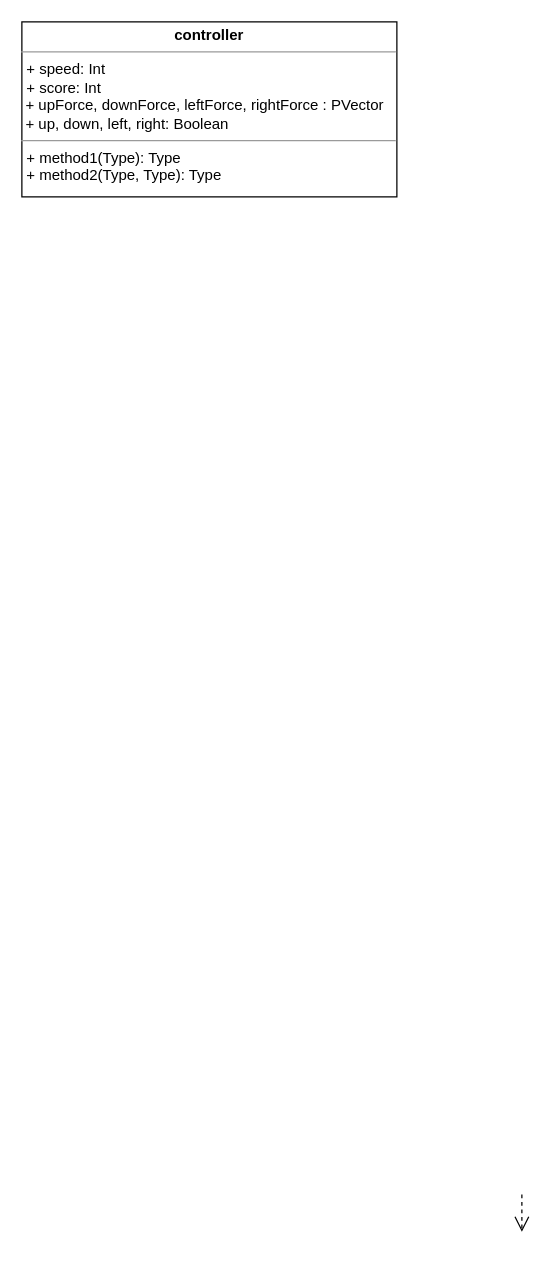
Earlier version of the draw.io diagram Untitled Diagram.drawio (harjotsk03/wireframeTest). Source tidied: cells renumbered, new cells numbered last; positions are measured from the earlier drawing's top-left corner, leaving out a move shared by most shapes. Both pictures are drawn from the tidied source at 125%, with x=0, y=0 at pixel (21, 21).
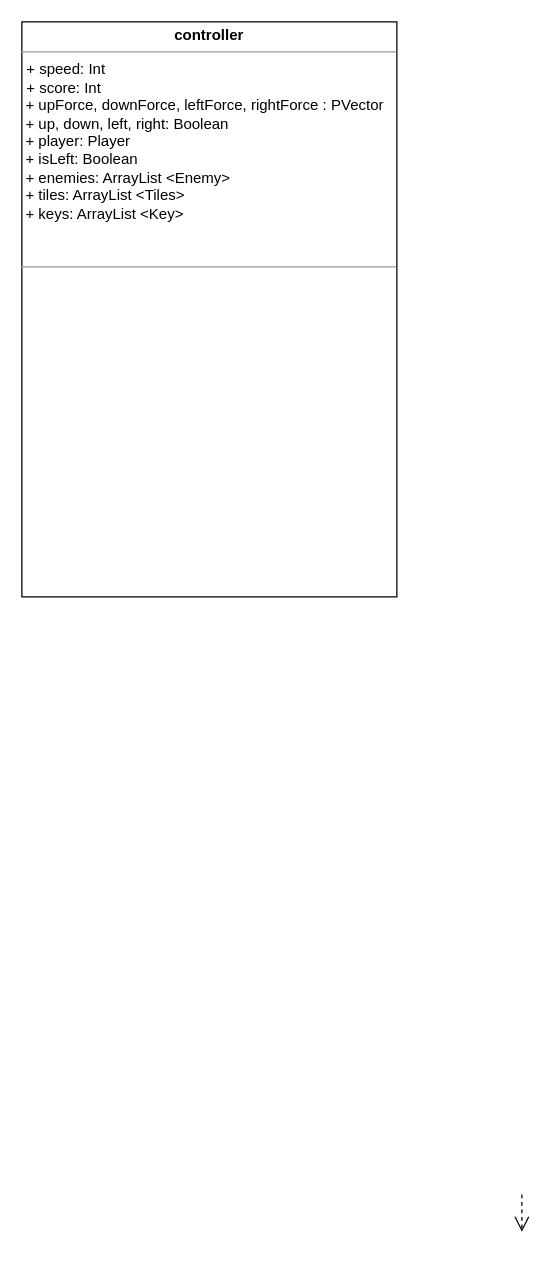
Above is the later version.

What changed in the source:
```diff
@@
 <mxGraphModel>
   <root>
     <mxCell id="0" />
     <mxCell id="1" parent="0" />
     <mxCell id="2" style="edgeStyle=orthogonalEdgeStyle;rounded=0;html=1;dashed=1;labelBackgroundColor=none;startFill=0;endArrow=open;endFill=0;endSize=10;fontFamily=Verdana;fontSize=10;" parent="1" edge="1">
       <mxGeometry relative="1" as="geometry">
         <mxPoint x="400" y="938" as="sourcePoint" />
         <mxPoint x="400" y="968" as="targetPoint" />
       </mxGeometry>
     </mxCell>
-    <mxCell id="3" value="&lt;p style=&quot;margin:0px;margin-top:4px;text-align:center;&quot;&gt;&lt;b&gt;controller&lt;/b&gt;&lt;/p&gt;&lt;hr size=&quot;1&quot;&gt;&lt;p style=&quot;margin:0px;margin-left:4px;&quot;&gt;+ speed: Int&lt;br&gt;+ score: Int&lt;/p&gt;&amp;nbsp;+ upForce, downForce, leftForce, rightForce : PVector&lt;div&gt;&amp;nbsp;+ up, down, left, right: Boolean&lt;/div&gt;&lt;div&gt;&lt;hr size=&quot;1&quot;&gt;&lt;p style=&quot;margin:0px;margin-left:4px;&quot;&gt;+ method1(Type): Type&lt;br&gt;+ method2(Type, Type): Type&lt;/p&gt;&lt;/div&gt;" style="verticalAlign=top;align=left;overflow=fill;fontSize=12;fontFamily=Helvetica;html=1;rounded=0;shadow=0;comic=0;labelBackgroundColor=none;strokeWidth=1;" parent="1" vertex="1">
-      <mxGeometry width="300" height="140" as="geometry" />
+    <mxCell id="3" value="&lt;p style=&quot;margin:0px;margin-top:4px;text-align:center;&quot;&gt;&lt;b&gt;controller&lt;/b&gt;&lt;/p&gt;&lt;hr size=&quot;1&quot;&gt;&lt;p style=&quot;margin:0px;margin-left:4px;&quot;&gt;+ speed: Int&lt;br&gt;+ score: Int&lt;/p&gt;&amp;nbsp;+ upForce, downForce, leftForce, rightForce : PVector&lt;div&gt;&amp;nbsp;+ up, down, left, right: Boolean&lt;/div&gt;&lt;div&gt;&amp;nbsp;+ player: Player&lt;/div&gt;&lt;div&gt;&amp;nbsp;+ isLeft: Boolean&lt;/div&gt;&lt;div&gt;&amp;nbsp;&lt;span style=&quot;background-color: initial;&quot;&gt;+ enemies: ArrayList &amp;lt;Enemy&amp;gt;&lt;/span&gt;&lt;/div&gt;&lt;div&gt;&amp;nbsp;+ tiles: ArrayList &amp;lt;Tiles&amp;gt;&lt;span style=&quot;background-color: initial;&quot;&gt;&lt;br&gt;&lt;/span&gt;&lt;/div&gt;&lt;div&gt;&amp;nbsp;+ keys: ArrayList &amp;lt;Key&amp;gt;&lt;br&gt;&lt;/div&gt;&lt;div&gt;&lt;br&gt;&lt;/div&gt;&lt;div&gt;&lt;br&gt;&lt;/div&gt;&lt;div&gt;&lt;hr size=&quot;1&quot;&gt;&lt;p style=&quot;margin:0px;margin-left:4px;&quot;&gt;&lt;br&gt;&lt;/p&gt;&lt;/div&gt;" style="verticalAlign=top;align=left;overflow=fill;fontSize=12;fontFamily=Helvetica;html=1;rounded=0;shadow=0;comic=0;labelBackgroundColor=none;strokeWidth=1;" parent="1" vertex="1">
+      <mxGeometry width="300" height="460" as="geometry" />
     </mxCell>
   </root>
 </mxGraphModel>
```
